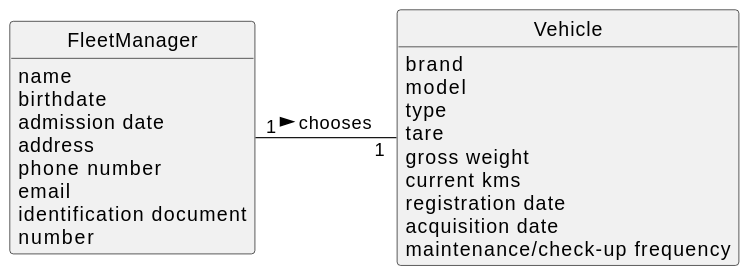
This is docs/sprintA/us007/02.analysis/svg/us007-domain-model.svg from diogoveirospro/lei-24-s2-1dg-g072, a PlantUML export, as it was before one commit. Its diagram source:
```plantuml
@startuml
hide circles
hide methods

class FleetManager{
    name
    birthdate
    admission date
    address
    phone number
    email
    identification document
    number
}

class Vehicle{
    brand
    model
    type
    tare
    gross weight
    current kms
    registration date
    acquisition date
    maintenance/check-up frequency
}


FleetManager "1"-"   1" Vehicle: chooses >
@enduml
```
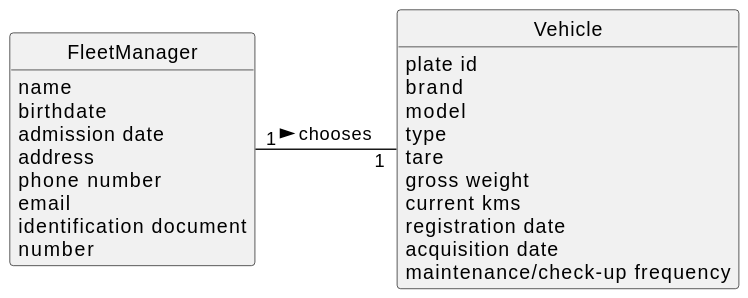
The same diagram one commit later.

What changed in the source:
```diff
@@ -14,6 +14,7 @@
 }
 
 class Vehicle{
+    plate id
     brand
     model
     type
```
